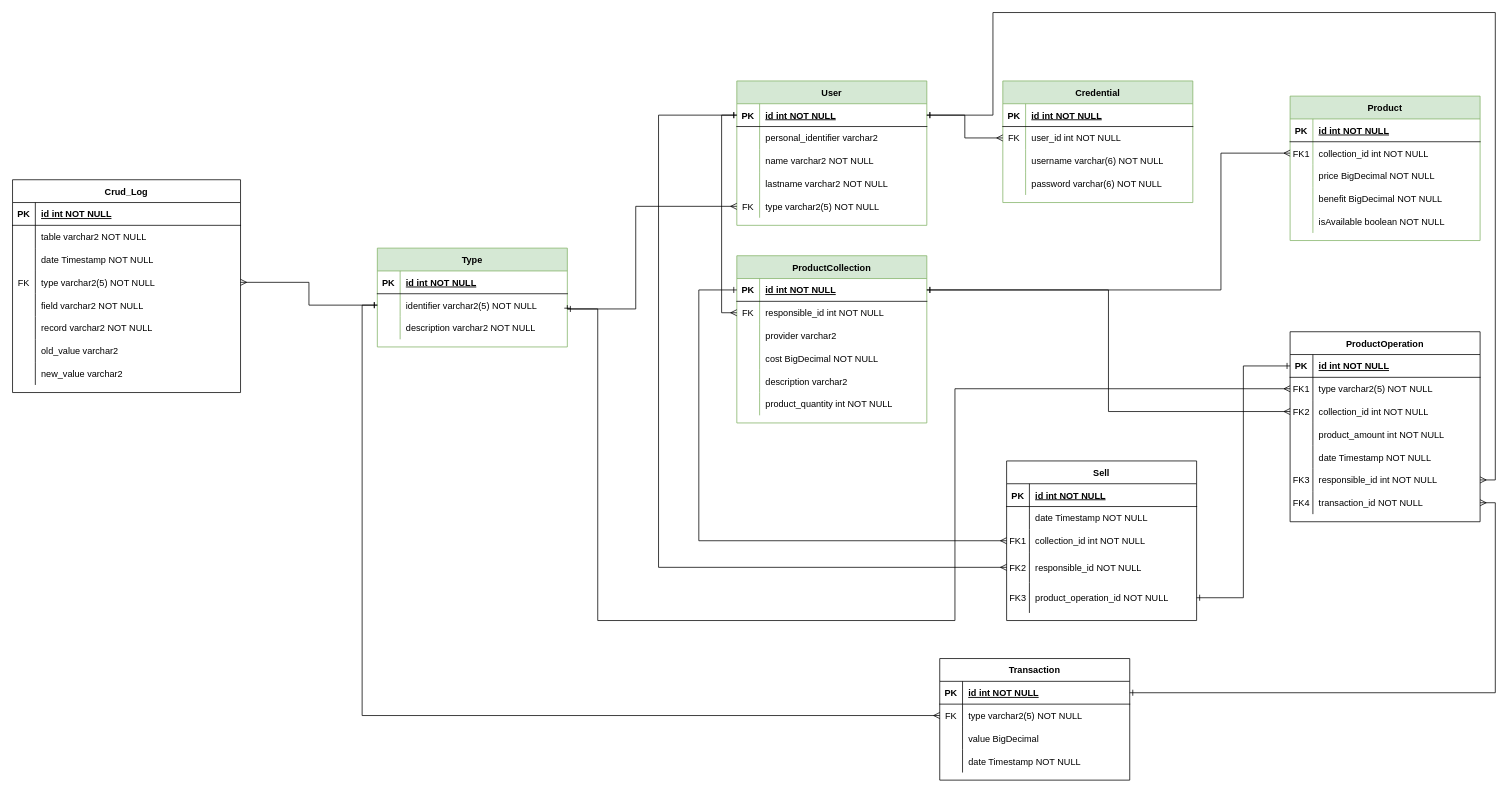
The draw.io diagram database/diagram1.0.drawio in NM4TT/Octoger, before the edit. Source tidied: cells renumbered, new cells numbered last; positions are measured from the earlier drawing's top-left corner, leaving out a move shared by most shapes. Both pictures are drawn from the tidied source at 76%, with x=0, y=0 at pixel (12, 12).
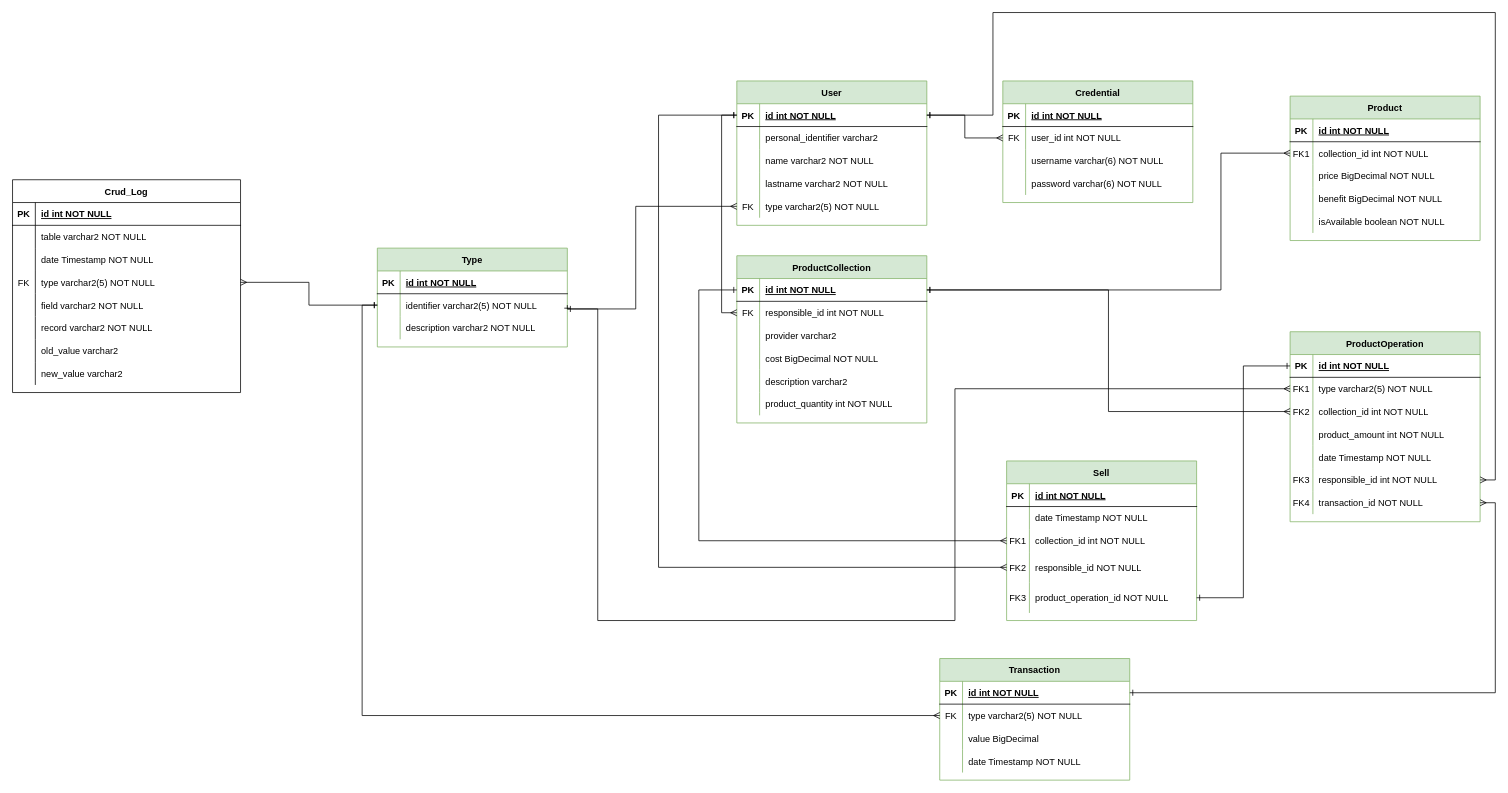
Above is the later version.

Commit message:
Entidades de Accounting marcadas de verde

The edit, as a diff of the source:
```diff
@@
-    <mxCell id="18" value="Sell" style="shape=table;startSize=30;childLayout=tableLayout;rowLines=0;fontStyle=1;align=center;" parent="1" vertex="1">
+    <mxCell id="18" value="Sell" style="shape=table;startSize=30;childLayout=tableLayout;rowLines=0;fontStyle=1;align=center;fillColor=#d5e8d4;strokeColor=#82b366;" parent="1" vertex="1">
       <mxGeometry x="1308" y="590" width="250" height="210" as="geometry" />
     </mxCell>
@@
-    <mxCell id="50" value="Transaction" style="shape=table;startSize=30;childLayout=tableLayout;rowLines=0;fontStyle=1;align=center;" parent="1" vertex="1">
+    <mxCell id="50" value="Transaction" style="shape=table;startSize=30;childLayout=tableLayout;rowLines=0;fontStyle=1;align=center;fillColor=#d5e8d4;strokeColor=#82b366;" parent="1" vertex="1">
       <mxGeometry x="1220" y="850" width="250" height="160" as="geometry" />
     </mxCell>
@@
-    <mxCell id="138" value="ProductOperation" style="shape=table;startSize=30;childLayout=tableLayout;rowLines=0;fontStyle=1;align=center;" parent="1" vertex="1">
+    <mxCell id="138" value="ProductOperation" style="shape=table;startSize=30;childLayout=tableLayout;rowLines=0;fontStyle=1;align=center;fillColor=#d5e8d4;strokeColor=#82b366;" parent="1" vertex="1">
       <mxGeometry x="1681" y="420" width="250" height="250" as="geometry" />
     </mxCell>
```
